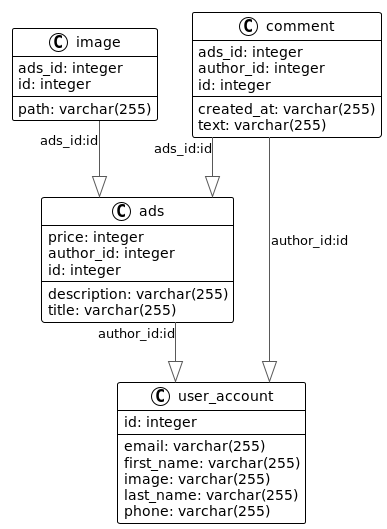
Earlier version of the PlantUML export er-diagram.png (meleshnikov/graduate-work).
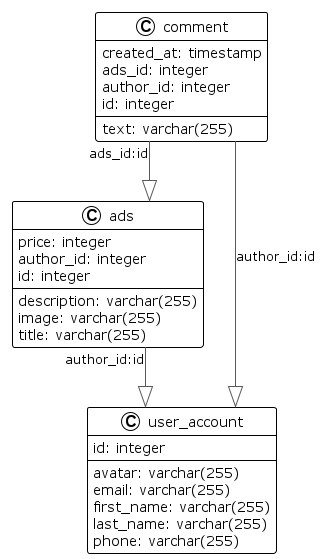
After the commit.

Change to the diagram source:
```diff
@@ -6,27 +6,23 @@
 
 class ads {
    description: varchar(255)
+   image: varchar(255)
    price: integer
    title: varchar(255)
    author_id: integer
    id: integer
 }
 class comment {
-   created_at: varchar(255)
+   created_at: timestamp
    text: varchar(255)
    ads_id: integer
    author_id: integer
    id: integer
 }
-class image {
-   path: varchar(255)
-   ads_id: integer
-   id: integer
-}
 class user_account {
+   avatar: varchar(255)
    email: varchar(255)
    first_name: varchar(255)
-   image: varchar(255)
    last_name: varchar(255)
    phone: varchar(255)
    id: integer
@@ -35,5 +31,4 @@
 ads           -[#595959,plain]-^  user_account : "author_id:id"
 comment       -[#595959,plain]-^  ads          : "ads_id:id"
 comment       -[#595959,plain]-^  user_account : "author_id:id"
-image         -[#595959,plain]-^  ads          : "ads_id:id"
 @enduml
```
